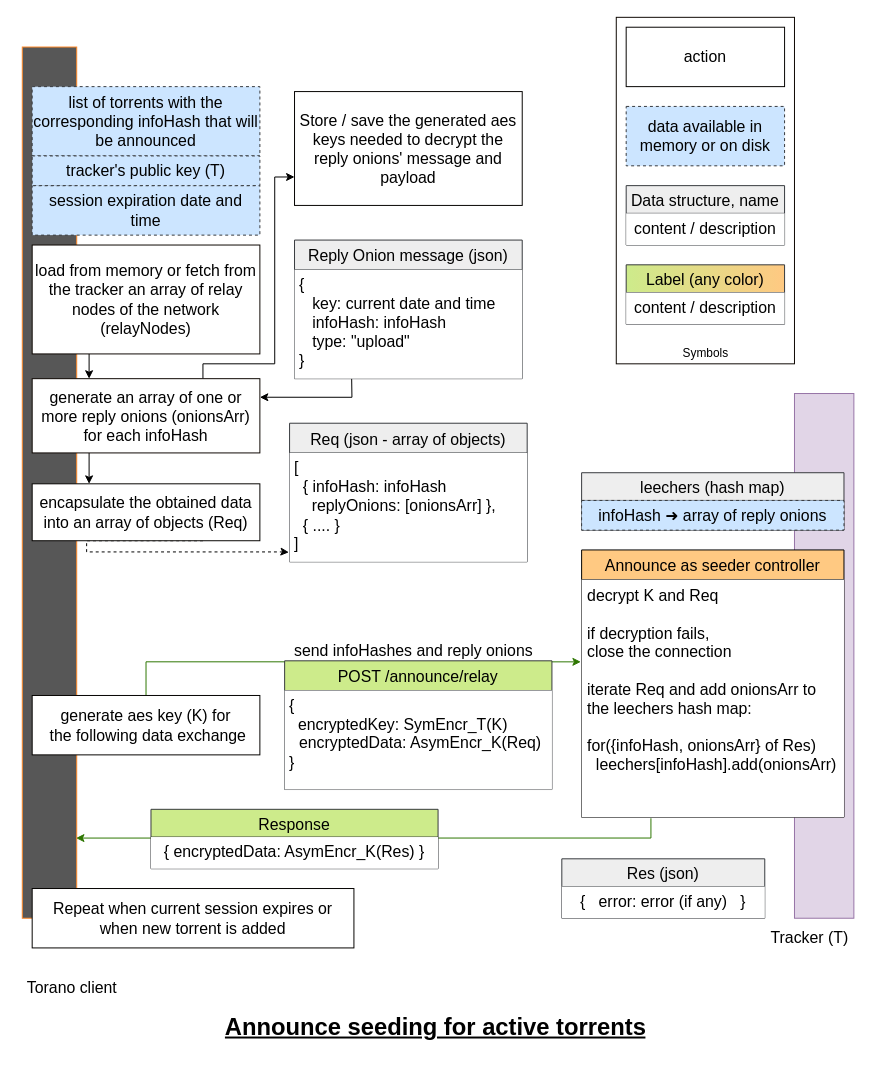
Earlier version of the draw.io diagram protocol schemas/tracker api/announce leeching.drawio (davidviziteu/tor-torrent). Source tidied: cells renumbered, new cells numbered last; positions are measured from the earlier drawing's top-left corner, leaving out a move shared by most shapes. Both pictures are drawn from the tidied source at 99%, with x=0, y=0 at pixel (17, 17).
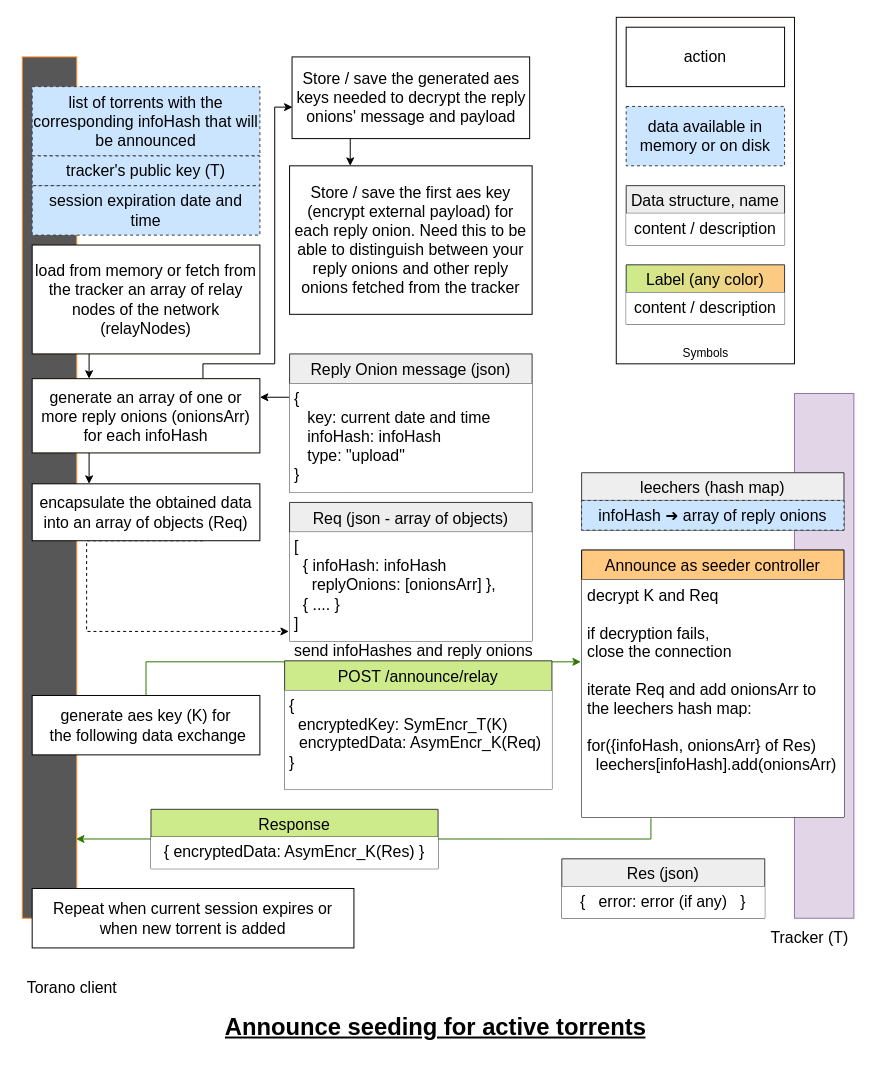
The same page after the edit.

Commit message (it also covers changes not shown here):
announce scrape update

Unchanged cells that the change refers to:
```xml
<mxCell id="9" value="&lt;font style=&quot;font-size: 16px;&quot;&gt;generate an array of one or more reply onions (onionsArr) for each infoHash&lt;/font&gt;" style="rounded=0;whiteSpace=wrap;html=1;fillColor=default;strokeColor=#0D0702;" parent="1" vertex="1">
  <mxGeometry x="15" y="365" width="230" height="75" as="geometry" />
</mxCell>
<mxCell id="14" value="&lt;span style=&quot;font-size: 16px;&quot;&gt;encapsulate the obtained data into an array of objects (Req)&lt;/span&gt;" style="rounded=0;whiteSpace=wrap;html=1;fillColor=default;strokeColor=#050301;" parent="1" vertex="1">
  <mxGeometry x="15" y="471.2" width="230" height="57.5" as="geometry" />
</mxCell>
```

Diff of the diagram source:
```diff
@@
     <mxCell id="4" style="rounded=0;whiteSpace=wrap;html=1;fillColor=#575757;gradientColor=none;strokeColor=#FF8826;" parent="1" vertex="1">
-      <mxGeometry x="5" y="30" width="55" height="880" as="geometry" />
+      <mxGeometry x="5" y="40" width="55" height="870" as="geometry" />
     </mxCell>
@@
-    <mxCell id="8" style="edgeStyle=orthogonalEdgeStyle;rounded=0;jettySize=auto;html=1;exitX=0.75;exitY=0;exitDx=0;exitDy=0;entryX=0;entryY=0.75;entryDx=0;entryDy=0;strokeColor=#000000;" parent="1" edge="1" source="9" target="30">
+    <mxCell id="8" style="edgeStyle=orthogonalEdgeStyle;rounded=0;jettySize=auto;html=1;exitX=0.75;exitY=0;exitDx=0;exitDy=0;entryX=0.002;entryY=0.615;entryDx=0;entryDy=0;strokeColor=#000000;entryPerimeter=0;" parent="1" edge="1" source="9" target="30">
       <mxGeometry relative="1" as="geometry">
         <Array as="points">
           <mxPoint x="188" y="350" />
           <mxPoint x="260" y="350" />
-          <mxPoint x="260" y="161" />
+          <mxPoint x="260" y="91" />
         </Array>
       </mxGeometry>
     </mxCell>
@@
     <mxCell id="13" style="edgeStyle=orthogonalEdgeStyle;rounded=0;jettySize=auto;html=1;exitX=0.75;exitY=1;exitDx=0;exitDy=0;dashed=1;entryX=-0.003;entryY=0.912;entryDx=0;entryDy=0;entryPerimeter=0;" parent="1" edge="1" source="14" target="19">
       <mxGeometry relative="1" as="geometry">
         <Array as="points">
           <mxPoint x="70" y="529" />
-          <mxPoint x="70" y="540" />
-          <mxPoint x="270" y="540" />
+          <mxPoint x="70" y="620" />
         </Array>
       </mxGeometry>
     </mxCell>
@@
     <mxCell id="18" value="Req (json - array of objects)" style="swimlane;fontStyle=0;horizontal=1;startSize=30;rounded=0;fontSize=16;strokeColor=#36393d;fillColor=#eeeeee;" parent="1" vertex="1">
-      <mxGeometry x="275" y="410" width="240" height="140" as="geometry" />
+      <mxGeometry x="275" y="490" width="245" height="140" as="geometry" />
     </mxCell>
     <mxCell id="19" value="&lt;h1&gt;&lt;/h1&gt;&lt;span style=&quot;font-size: 16px;&quot;&gt;[ &lt;br&gt;&amp;nbsp; { infoHash: infoHash&lt;br&gt;&amp;nbsp; &amp;nbsp; replyOnions: [&lt;/span&gt;&lt;span style=&quot;font-size: 16px; text-align: center;&quot;&gt;onionsArr&lt;/span&gt;&lt;span style=&quot;font-size: 16px;&quot;&gt;] },&lt;br&gt;&amp;nbsp; { .... }&lt;br&gt;]&lt;/span&gt;&lt;span style=&quot;background-color: initial;&quot;&gt;&lt;br&gt;&lt;/span&gt;" style="text;html=1;strokeColor=none;fillColor=default;spacing=5;spacingTop=-20;whiteSpace=wrap;overflow=hidden;rounded=0;" parent="18" vertex="1">
-      <mxGeometry y="30" width="240" height="110" as="geometry" />
+      <mxGeometry y="30" width="245" height="110" as="geometry" />
     </mxCell>
@@
     <mxCell id="23" value="Reply Onion message (json)" style="swimlane;fontStyle=0;horizontal=1;startSize=30;rounded=0;fontSize=16;strokeColor=#36393d;fillColor=#eeeeee;" parent="1" vertex="1">
-      <mxGeometry x="280" y="225" width="230" height="140" as="geometry" />
+      <mxGeometry x="275" y="340" width="245" height="140" as="geometry" />
     </mxCell>
-    <mxCell id="24" value="&lt;h1&gt;&lt;/h1&gt;&lt;span style=&quot;font-size: 16px;&quot;&gt;{&amp;nbsp; &lt;br&gt;&amp;nbsp; &amp;nbsp;key: current date and time&lt;br&gt;&amp;nbsp; &amp;nbsp;&lt;/span&gt;&lt;span style=&quot;font-size: 16px; text-align: center;&quot;&gt;infoHash&lt;/span&gt;&lt;span style=&quot;font-size: 16px;&quot;&gt;:&amp;nbsp;&lt;/span&gt;&lt;span style=&quot;font-size: 16px; text-align: center;&quot;&gt;infoHash&amp;nbsp;&lt;/span&gt;&lt;span style=&quot;font-size: 16px;&quot;&gt;&lt;br&gt;&amp;nbsp; &amp;nbsp;type: &quot;upload&quot;&amp;nbsp;&lt;/span&gt;&lt;span style=&quot;font-size: 16px;&quot;&gt;&amp;nbsp;&lt;br&gt;}&lt;/span&gt;&lt;span style=&quot;background-color: initial;&quot;&gt;&lt;br&gt;&lt;/span&gt;" style="text;html=1;strokeColor=none;fillColor=default;spacing=5;spacingTop=-20;whiteSpace=wrap;overflow=hidden;rounded=0;" parent="23" vertex="1">
-      <mxGeometry y="30" width="230" height="110" as="geometry" />
+    <mxCell id="24" value="&lt;h1&gt;&lt;/h1&gt;&lt;span style=&quot;font-size: 16px;&quot;&gt;{&amp;nbsp; &lt;br&gt;&amp;nbsp; &amp;nbsp;key: current date and time&lt;br&gt;&amp;nbsp; &amp;nbsp;&lt;/span&gt;&lt;span style=&quot;font-size: 16px; text-align: center;&quot;&gt;infoHash&lt;/span&gt;&lt;span style=&quot;font-size: 16px;&quot;&gt;:&amp;nbsp;&lt;/span&gt;&lt;span style=&quot;font-size: 16px; text-align: center;&quot;&gt;infoHash&amp;nbsp;&lt;/span&gt;&lt;span style=&quot;font-size: 16px;&quot;&gt;&lt;br&gt;&amp;nbsp; &amp;nbsp;type: &quot;upload&quot;&lt;/span&gt;&lt;span style=&quot;font-size: 16px;&quot;&gt;&lt;br&gt;}&lt;/span&gt;&lt;span style=&quot;background-color: initial;&quot;&gt;&lt;br&gt;&lt;/span&gt;" style="text;html=1;strokeColor=none;fillColor=default;spacing=5;spacingTop=-20;whiteSpace=wrap;overflow=hidden;rounded=0;" parent="23" vertex="1">
+      <mxGeometry y="30" width="245" height="110" as="geometry" />
     </mxCell>
@@
+    <mxCell id="46" style="edgeStyle=orthogonalEdgeStyle;rounded=0;jettySize=auto;html=1;exitX=0.25;exitY=1;exitDx=0;exitDy=0;entryX=0.25;entryY=0;entryDx=0;entryDy=0;" parent="1" edge="1" source="30" target="47">
+      <mxGeometry relative="1" as="geometry" />
+    </mxCell>
     <mxCell id="30" value="&lt;font style=&quot;font-size: 16px;&quot;&gt;Store / save the generated aes keys needed to decrypt the reply onions' message and payload&lt;br&gt;&lt;/font&gt;" style="rounded=0;whiteSpace=wrap;html=1;fillColor=default;strokeColor=#050301;" parent="1" vertex="1">
-      <mxGeometry x="280" y="75" width="230" height="115" as="geometry" />
+      <mxGeometry x="277.5" y="40" width="240" height="82.5" as="geometry" />
     </mxCell>
@@
+    <mxCell id="47" value="&lt;font style=&quot;font-size: 16px;&quot;&gt;Store / save the first aes key (encrypt external payload) for each reply onion. Need this to be able to distinguish between your reply onions and other reply onions fetched from the tracker&lt;br&gt;&lt;/font&gt;" style="rounded=0;whiteSpace=wrap;html=1;fillColor=default;strokeColor=#050301;" parent="1" vertex="1">
+      <mxGeometry x="275" y="150" width="245" height="150" as="geometry" />
+    </mxCell>
```
